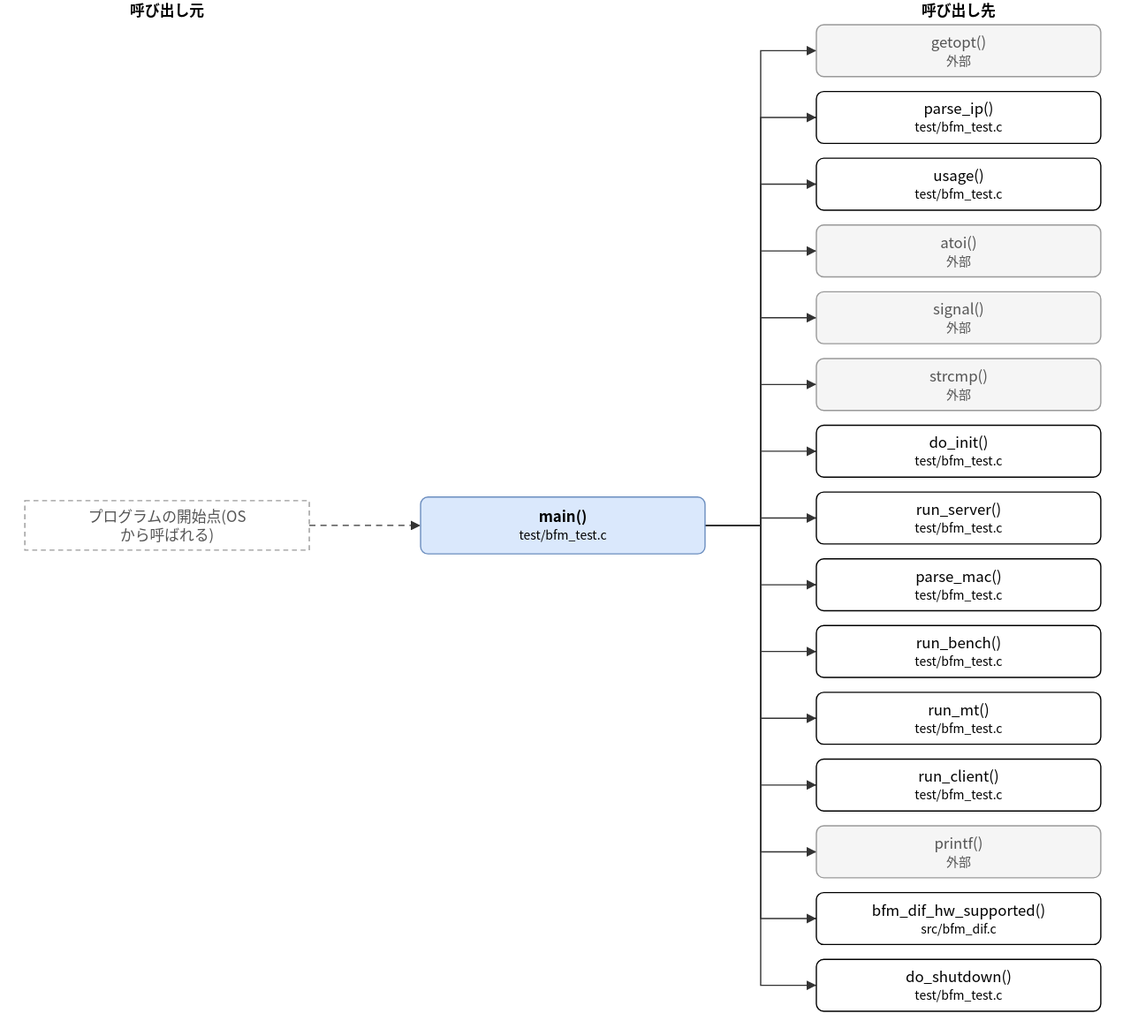
Before: doc/spec/images/call_test_bfm_test-main.drawio.svg, a diagram exported from draw.io (hf355051012-ai/bfmem). Source tidied: cells renumbered, new cells last; positions are measured from the earlier drawing's top-left corner, leaving out a move shared by most shapes.
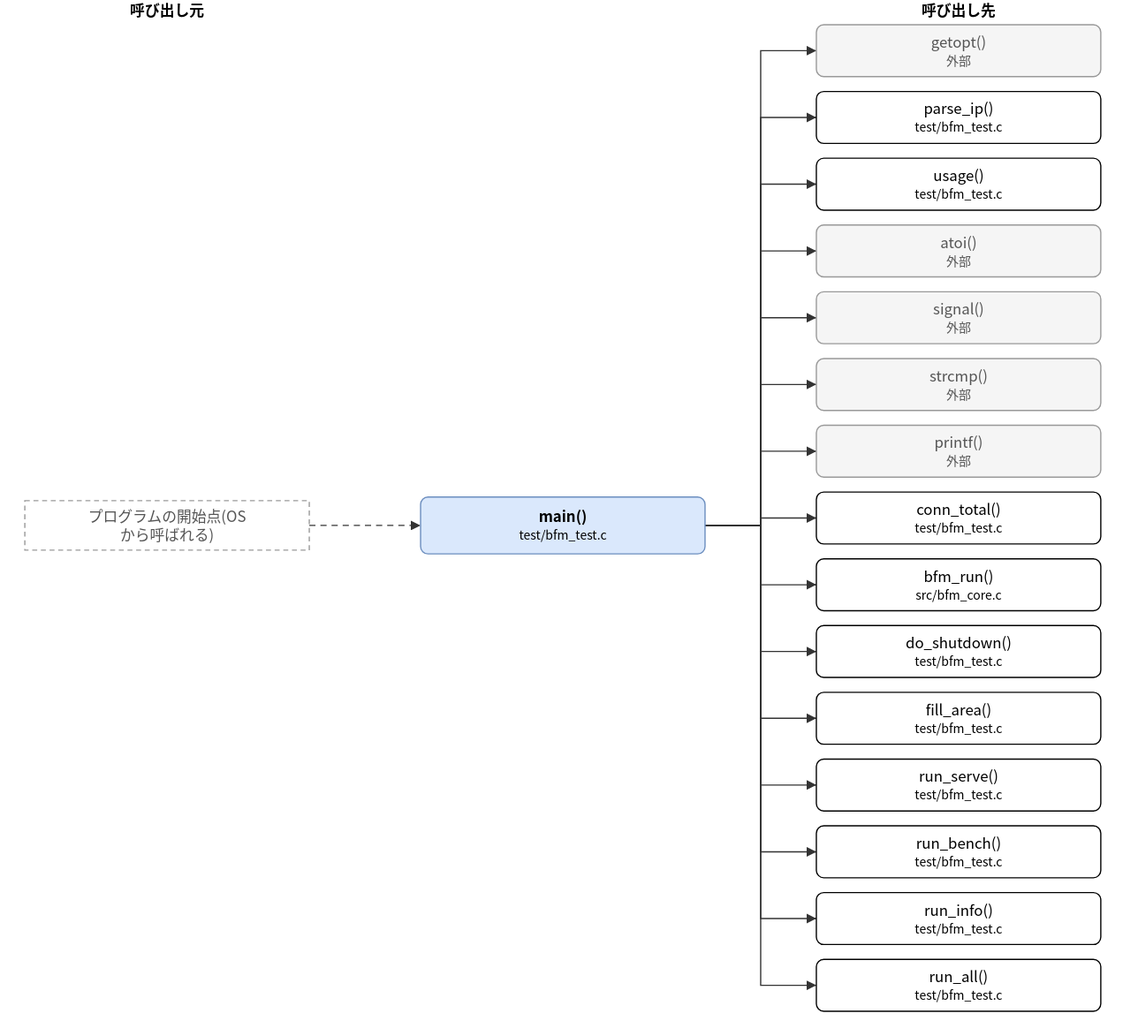
Above is the later version.

Diff of the diagram source:
```diff
@@ -23,31 +23,31 @@
     <mxCell id="8" value="strcmp()&lt;br&gt;&lt;font style=&quot;font-size:10px&quot;&gt;外部&lt;/font&gt;" style="rounded=1;whiteSpace=wrap;html=1;fillColor=#f5f5f5;strokeColor=#999999;fontColor=#555555;" parent="1" vertex="1">
       <mxGeometry x="640" y="290" width="230" height="42" as="geometry" />
     </mxCell>
-    <mxCell id="9" value="do_init()&lt;br&gt;&lt;font style=&quot;font-size:10px&quot;&gt;test/bfm_test.c&lt;/font&gt;" style="rounded=1;whiteSpace=wrap;html=1;" parent="1" vertex="1">
+    <mxCell id="9" value="printf()&lt;br&gt;&lt;font style=&quot;font-size:10px&quot;&gt;外部&lt;/font&gt;" style="rounded=1;whiteSpace=wrap;html=1;fillColor=#f5f5f5;strokeColor=#999999;fontColor=#555555;" parent="1" vertex="1">
       <mxGeometry x="640" y="344" width="230" height="42" as="geometry" />
     </mxCell>
-    <mxCell id="10" value="run_server()&lt;br&gt;&lt;font style=&quot;font-size:10px&quot;&gt;test/bfm_test.c&lt;/font&gt;" style="rounded=1;whiteSpace=wrap;html=1;" parent="1" vertex="1">
+    <mxCell id="10" value="conn_total()&lt;br&gt;&lt;font style=&quot;font-size:10px&quot;&gt;test/bfm_test.c&lt;/font&gt;" style="rounded=1;whiteSpace=wrap;html=1;" parent="1" vertex="1">
       <mxGeometry x="640" y="398" width="230" height="42" as="geometry" />
     </mxCell>
-    <mxCell id="11" value="parse_mac()&lt;br&gt;&lt;font style=&quot;font-size:10px&quot;&gt;test/bfm_test.c&lt;/font&gt;" style="rounded=1;whiteSpace=wrap;html=1;" parent="1" vertex="1">
+    <mxCell id="11" value="bfm_run()&lt;br&gt;&lt;font style=&quot;font-size:10px&quot;&gt;src/bfm_core.c&lt;/font&gt;" style="rounded=1;whiteSpace=wrap;html=1;" parent="1" vertex="1">
       <mxGeometry x="640" y="452" width="230" height="42" as="geometry" />
     </mxCell>
-    <mxCell id="12" value="run_bench()&lt;br&gt;&lt;font style=&quot;font-size:10px&quot;&gt;test/bfm_test.c&lt;/font&gt;" style="rounded=1;whiteSpace=wrap;html=1;" parent="1" vertex="1">
+    <mxCell id="12" value="do_shutdown()&lt;br&gt;&lt;font style=&quot;font-size:10px&quot;&gt;test/bfm_test.c&lt;/font&gt;" style="rounded=1;whiteSpace=wrap;html=1;" parent="1" vertex="1">
       <mxGeometry x="640" y="506" width="230" height="42" as="geometry" />
     </mxCell>
-    <mxCell id="13" value="run_mt()&lt;br&gt;&lt;font style=&quot;font-size:10px&quot;&gt;test/bfm_test.c&lt;/font&gt;" style="rounded=1;whiteSpace=wrap;html=1;" parent="1" vertex="1">
+    <mxCell id="13" value="fill_area()&lt;br&gt;&lt;font style=&quot;font-size:10px&quot;&gt;test/bfm_test.c&lt;/font&gt;" style="rounded=1;whiteSpace=wrap;html=1;" parent="1" vertex="1">
       <mxGeometry x="640" y="560" width="230" height="42" as="geometry" />
     </mxCell>
-    <mxCell id="14" value="run_client()&lt;br&gt;&lt;font style=&quot;font-size:10px&quot;&gt;test/bfm_test.c&lt;/font&gt;" style="rounded=1;whiteSpace=wrap;html=1;" parent="1" vertex="1">
+    <mxCell id="14" value="run_serve()&lt;br&gt;&lt;font style=&quot;font-size:10px&quot;&gt;test/bfm_test.c&lt;/font&gt;" style="rounded=1;whiteSpace=wrap;html=1;" parent="1" vertex="1">
       <mxGeometry x="640" y="614" width="230" height="42" as="geometry" />
     </mxCell>
-    <mxCell id="15" value="printf()&lt;br&gt;&lt;font style=&quot;font-size:10px&quot;&gt;外部&lt;/font&gt;" style="rounded=1;whiteSpace=wrap;html=1;fillColor=#f5f5f5;strokeColor=#999999;fontColor=#555555;" parent="1" vertex="1">
+    <mxCell id="15" value="run_bench()&lt;br&gt;&lt;font style=&quot;font-size:10px&quot;&gt;test/bfm_test.c&lt;/font&gt;" style="rounded=1;whiteSpace=wrap;html=1;" parent="1" vertex="1">
       <mxGeometry x="640" y="668" width="230" height="42" as="geometry" />
     </mxCell>
-    <mxCell id="16" value="bfm_dif_hw_supported()&lt;br&gt;&lt;font style=&quot;font-size:10px&quot;&gt;src/bfm_dif.c&lt;/font&gt;" style="rounded=1;whiteSpace=wrap;html=1;" parent="1" vertex="1">
+    <mxCell id="16" value="run_info()&lt;br&gt;&lt;font style=&quot;font-size:10px&quot;&gt;test/bfm_test.c&lt;/font&gt;" style="rounded=1;whiteSpace=wrap;html=1;" parent="1" vertex="1">
       <mxGeometry x="640" y="722" width="230" height="42" as="geometry" />
     </mxCell>
-    <mxCell id="17" value="do_shutdown()&lt;br&gt;&lt;font style=&quot;font-size:10px&quot;&gt;test/bfm_test.c&lt;/font&gt;" style="rounded=1;whiteSpace=wrap;html=1;" parent="1" vertex="1">
+    <mxCell id="17" value="run_all()&lt;br&gt;&lt;font style=&quot;font-size:10px&quot;&gt;test/bfm_test.c&lt;/font&gt;" style="rounded=1;whiteSpace=wrap;html=1;" parent="1" vertex="1">
       <mxGeometry x="640" y="776" width="230" height="42" as="geometry" />
     </mxCell>
     <mxCell id="18" value="プログラムの開始点(OS&lt;br&gt;から呼ばれる)" style="rounded=0;whiteSpace=wrap;html=1;dashed=1;strokeColor=#999999;fontColor=#555555;dashed=1;" parent="1" vertex="1">
```
